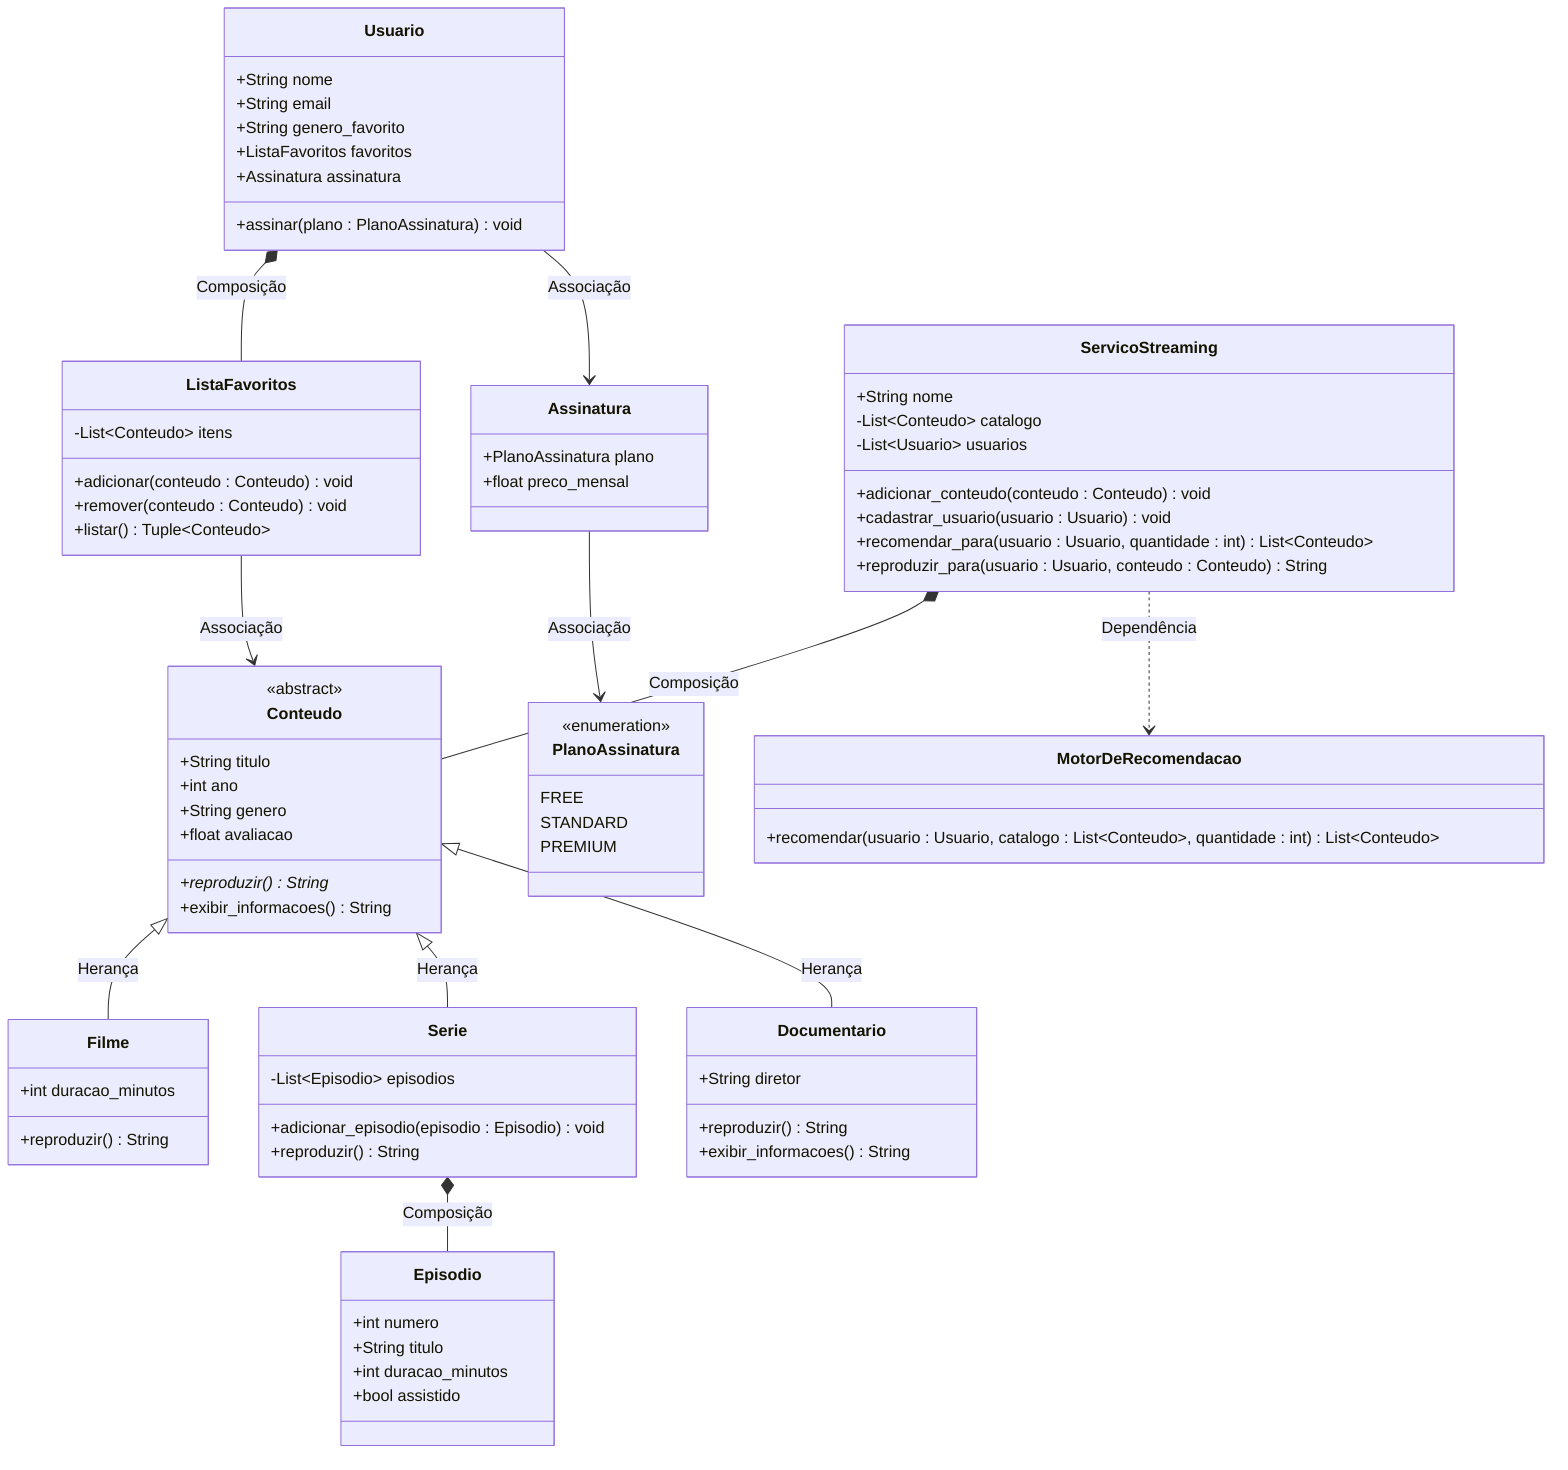
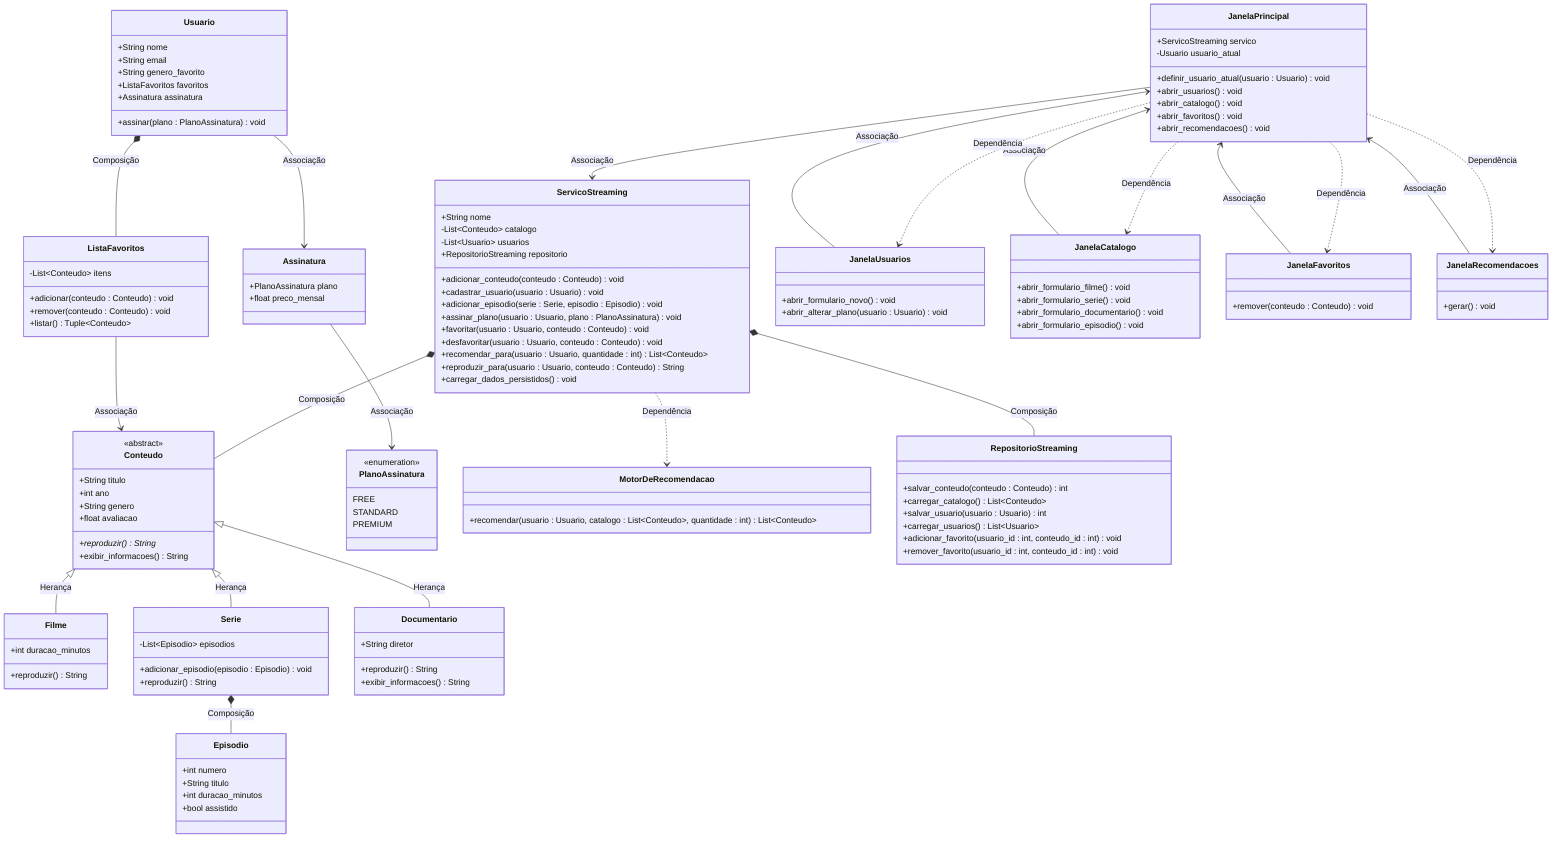
classDiagram
    class Conteudo {
        <<abstract>>
        +String titulo
        +int ano
        +String genero
        +float avaliacao
        +reproduzir()* String
        +exibir_informacoes() String
    }
    class Filme {
        +int duracao_minutos
        +reproduzir() String
    }
    class Serie {
        -List~Episodio~ episodios
        +adicionar_episodio(episodio : Episodio) void
        +reproduzir() String
    }
    class Documentario {
        +String diretor
        +reproduzir() String
        +exibir_informacoes() String
    }
    class Episodio {
        +int numero
        +String titulo
        +int duracao_minutos
        +bool assistido
    }
    class Usuario {
        +String nome
        +String email
        +String genero_favorito
        +ListaFavoritos favoritos
        +Assinatura assinatura
        +assinar(plano : PlanoAssinatura) void
    }
    class ListaFavoritos {
        -List~Conteudo~ itens
        +adicionar(conteudo : Conteudo) void
        +remover(conteudo : Conteudo) void
        +listar() Tuple~Conteudo~
    }
    class Assinatura {
        +PlanoAssinatura plano
        +float preco_mensal
    }
    class PlanoAssinatura {
        <<enumeration>>
        FREE
        STANDARD
        PREMIUM
    }
    class ServicoStreaming {
        +String nome
        -List~Conteudo~ catalogo
        -List~Usuario~ usuarios
+         +RepositorioStreaming repositorio
        +adicionar_conteudo(conteudo : Conteudo) void
        +cadastrar_usuario(usuario : Usuario) void
+         +adicionar_episodio(serie : Serie, episodio : Episodio) void
+         +assinar_plano(usuario : Usuario, plano : PlanoAssinatura) void
+         +favoritar(usuario : Usuario, conteudo : Conteudo) void
+         +desfavoritar(usuario : Usuario, conteudo : Conteudo) void
        +recomendar_para(usuario : Usuario, quantidade : int) List~Conteudo~
        +reproduzir_para(usuario : Usuario, conteudo : Conteudo) String
+         +carregar_dados_persistidos() void
    }
    class MotorDeRecomendacao {
        +recomendar(usuario : Usuario, catalogo : List~Conteudo~, quantidade : int) List~Conteudo~
+     }
+     class RepositorioStreaming {
+         +salvar_conteudo(conteudo : Conteudo) int
+         +carregar_catalogo() List~Conteudo~
+         +salvar_usuario(usuario : Usuario) int
+         +carregar_usuarios() List~Usuario~
+         +adicionar_favorito(usuario_id : int, conteudo_id : int) void
+         +remover_favorito(usuario_id : int, conteudo_id : int) void
+     }
+     class JanelaPrincipal {
+         +ServicoStreaming servico
+         -Usuario usuario_atual
+         +definir_usuario_atual(usuario : Usuario) void
+         +abrir_usuarios() void
+         +abrir_catalogo() void
+         +abrir_favoritos() void
+         +abrir_recomendacoes() void
+     }
+     class JanelaUsuarios {
+         +abrir_formulario_novo() void
+         +abrir_alterar_plano(usuario : Usuario) void
+     }
+     class JanelaCatalogo {
+         +abrir_formulario_filme() void
+         +abrir_formulario_serie() void
+         +abrir_formulario_documentario() void
+         +abrir_formulario_episodio() void
+     }
+     class JanelaFavoritos {
+         +remover(conteudo : Conteudo) void
+     }
+     class JanelaRecomendacoes {
+         +gerar() void
    }

    Conteudo <|-- Filme : Herança
    Conteudo <|-- Serie : Herança
    Conteudo <|-- Documentario : Herança

    Serie *-- Episodio : Composição
    Usuario *-- ListaFavoritos : Composição
    ServicoStreaming *-- Conteudo : Composição
+     ServicoStreaming *-- RepositorioStreaming : Composição

    Usuario --> Assinatura : Associação
    Assinatura --> PlanoAssinatura : Associação
    ListaFavoritos --> Conteudo : Associação
+     JanelaPrincipal --> ServicoStreaming : Associação
+     JanelaUsuarios --> JanelaPrincipal : Associação
+     JanelaCatalogo --> JanelaPrincipal : Associação
+     JanelaFavoritos --> JanelaPrincipal : Associação
+     JanelaRecomendacoes --> JanelaPrincipal : Associação

    ServicoStreaming ..> MotorDeRecomendacao : Dependência
+     JanelaPrincipal ..> JanelaUsuarios : Dependência
+     JanelaPrincipal ..> JanelaCatalogo : Dependência
+     JanelaPrincipal ..> JanelaFavoritos : Dependência
+     JanelaPrincipal ..> JanelaRecomendacoes : Dependência
